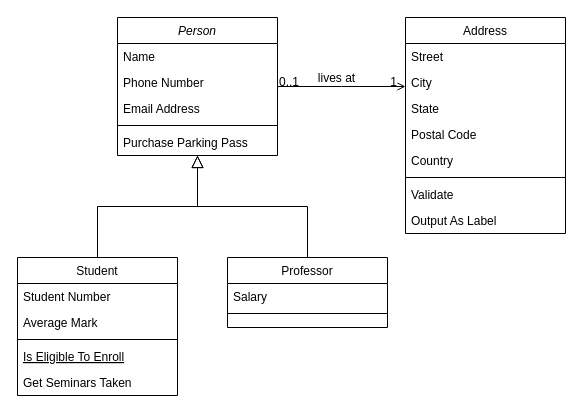
The draw.io diagram UML/Untitled Diagram.drawio in Steve888888/FN-Redundancy, before the edit. Source tidied: cells renumbered, new cells numbered last; positions are measured from the earlier drawing's top-left corner, leaving out a move shared by most shapes. Both pictures are drawn from the tidied source at 100%, with x=0, y=0 at pixel (17, 17).
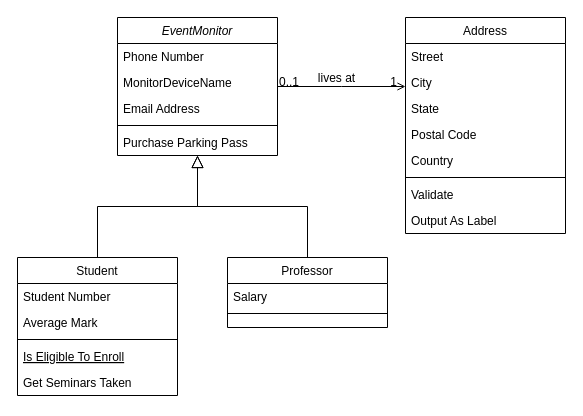
Above is the later version.

Commit message:
driver event monitor

What changed in the source:
```diff
@@
-    <mxCell id="2" value="Person" style="swimlane;fontStyle=2;align=center;verticalAlign=top;horizontal=1;startSize=26;rounded=0;shadow=0;strokeWidth=1;" parent="1" vertex="1">
+    <mxCell id="2" value="EventMonitor" style="swimlane;fontStyle=2;align=center;verticalAlign=top;horizontal=1;startSize=26;rounded=0;shadow=0;strokeWidth=1;" parent="1" vertex="1">
       <mxGeometry x="100" width="160" height="138" as="geometry" />
     </mxCell>
+    <mxCell id="4" value="Phone Number" style="text;align=left;verticalAlign=top;spacingLeft=4;spacingRight=4;overflow=hidden;rounded=0;shadow=0;html=0;" parent="2" vertex="1">
+      <mxGeometry y="26" width="160" height="26" as="geometry" />
+    </mxCell>
-    <mxCell id="3" value="Name" style="text;align=left;verticalAlign=top;spacingLeft=4;spacingRight=4;overflow=hidden;" parent="2" vertex="1">
-      <mxGeometry y="26" width="160" height="26" as="geometry" />
+    <mxCell id="3" value="MonitorDeviceName" style="text;align=left;verticalAlign=top;spacingLeft=4;spacingRight=4;overflow=hidden;" parent="2" vertex="1">
+      <mxGeometry y="52" width="160" height="26" as="geometry" />
     </mxCell>
-    <mxCell id="4" value="Phone Number" style="text;align=left;verticalAlign=top;spacingLeft=4;spacingRight=4;overflow=hidden;rounded=0;shadow=0;html=0;" parent="2" vertex="1">
-      <mxGeometry y="52" width="160" height="26" as="geometry" />
-    </mxCell>
```
